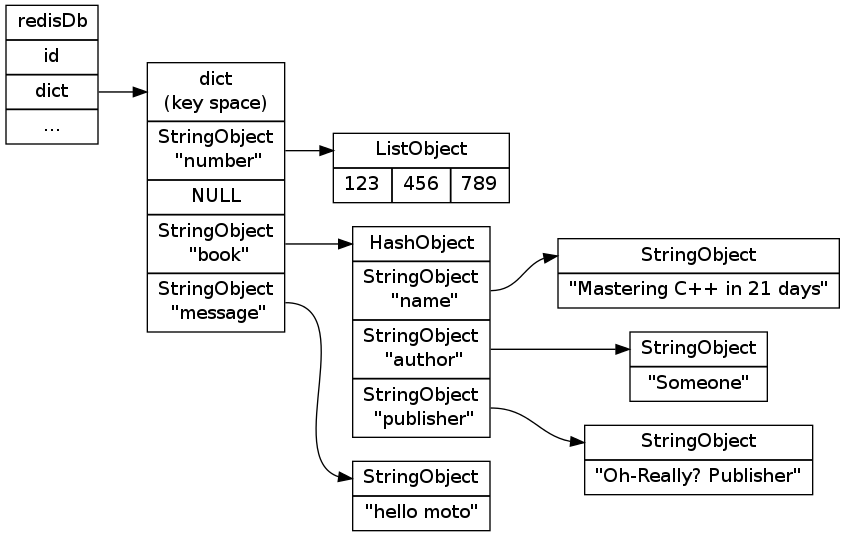
Before: internal/image/db.png, a diagram exported from Graphviz (huangzworks/redisbook). Its source is kept beside it as internal/image/db.dot.
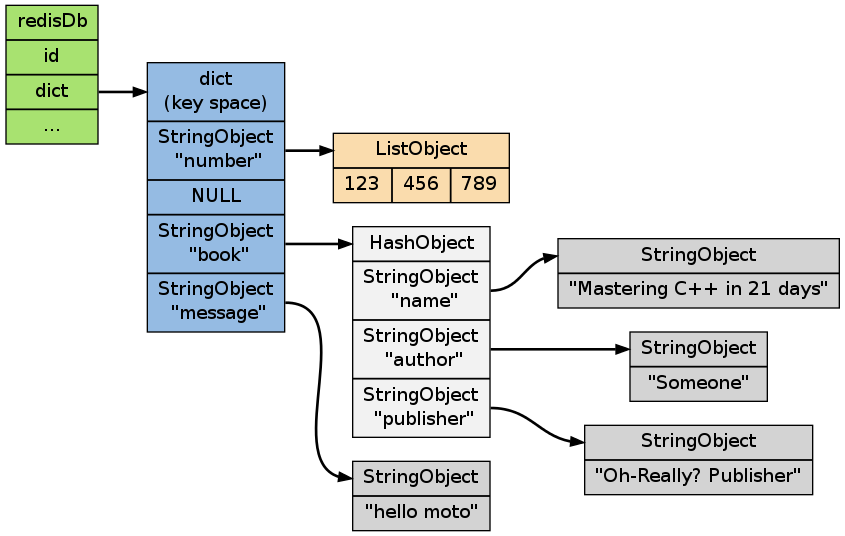
The same file after the commit.

What changed in the source:
```diff
@@ -2,21 +2,25 @@
 
     rankdir = LR;
 
-    node [shape = record];
+    node [shape = record, style = filled];
 
-    redisDb [label = "redisDb | id |<dict> dict | ..."];
+    edge [style = bold];
 
-    dict [label = "<head>dict\n(key space) |<number>StringObject\n \"number\" | NULL |<book>StringObject\n \"book\" |<message>StringObject\n \"message\""];
 
-    number [label = "<head>ListObject | { 123 | 456 | 789 }"];
+    redisDb [label = "redisDb | id |<dict> dict | ...", fillcolor = "#A8E270"];
 
-    book [label = "<head>HashObject |<name>StringObject\n \"name\" |<author>StringObject\n \"author\" |<publisher>StringObject\n \"publisher\""];
+    dict [label = "<head>dict\n(key space) |<number>StringObject\n \"number\" | NULL |<book>StringObject\n \"book\" |<message>StringObject\n \"message\"", fillcolor = "#95BBE3"];
+
+    number [label = "<head>ListObject | { 123 | 456 | 789 }", fillcolor = "#FADCAD"];
+
+    book [label = "<head>HashObject |<name>StringObject\n \"name\" |<author>StringObject\n \"author\" |<publisher>StringObject\n \"publisher\"", fillcolor = "#F2F2F2"];
 
     book_name [label = "<head>StringObject | \"Mastering C++ in 21 days\""];
     book_author [label = "<head>StringObject | \"Someone\""];
     book_publisher [label = "<head>StringObject | \"Oh-Really? Publisher\""];
 
     message [label = "<head>StringObject | \"hello moto\""];
+
 
     redisDb:dict -> dict:head;
 
```
